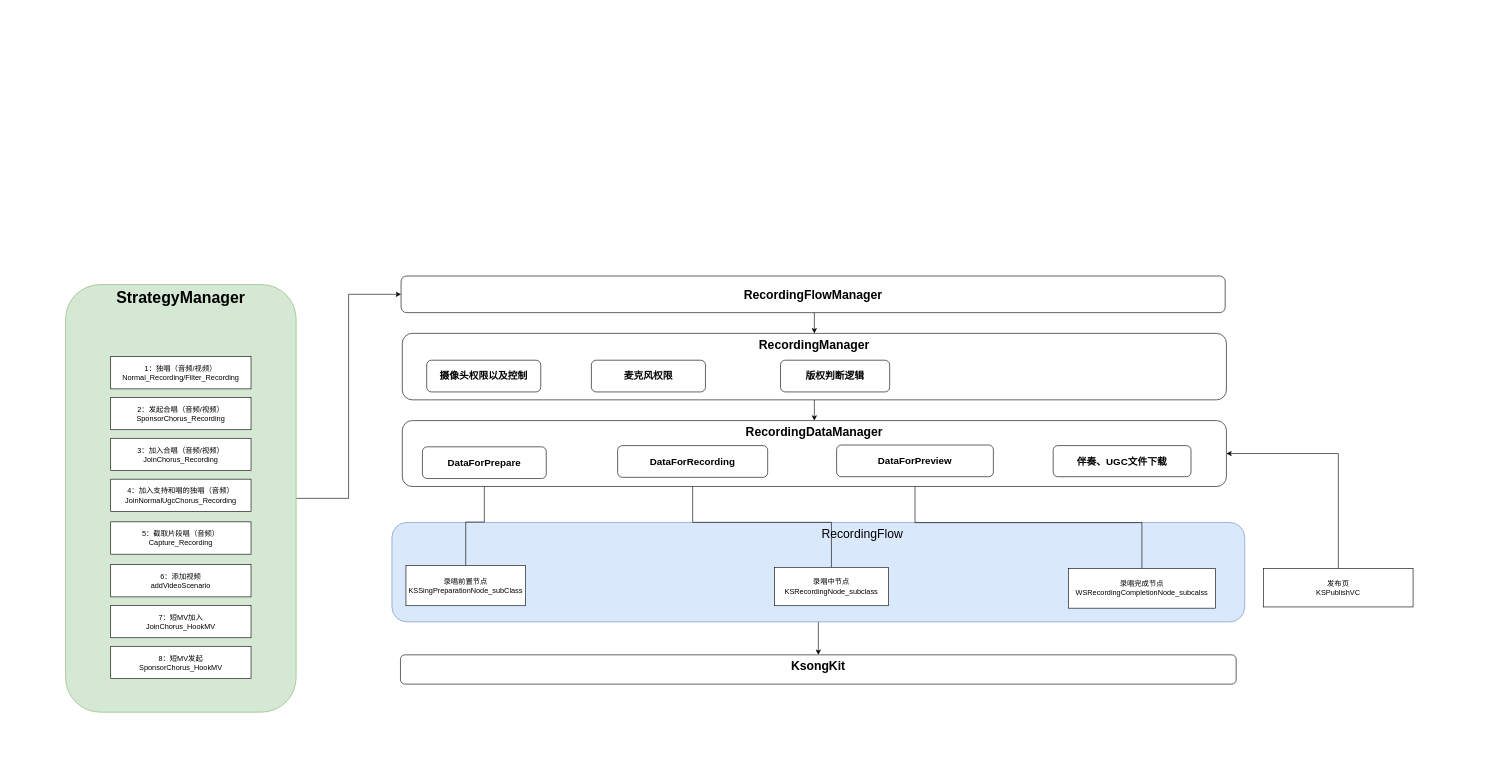
The draw.io diagram NewRecord.drawio in MolierQueen/Xmind, before the edit. Source tidied: cells renumbered, new cells numbered last; positions are measured from the earlier drawing's top-left corner, leaving out a move shared by most shapes. Both pictures are drawn from the tidied source at 61%, with x=0, y=0 at pixel (10, 223).
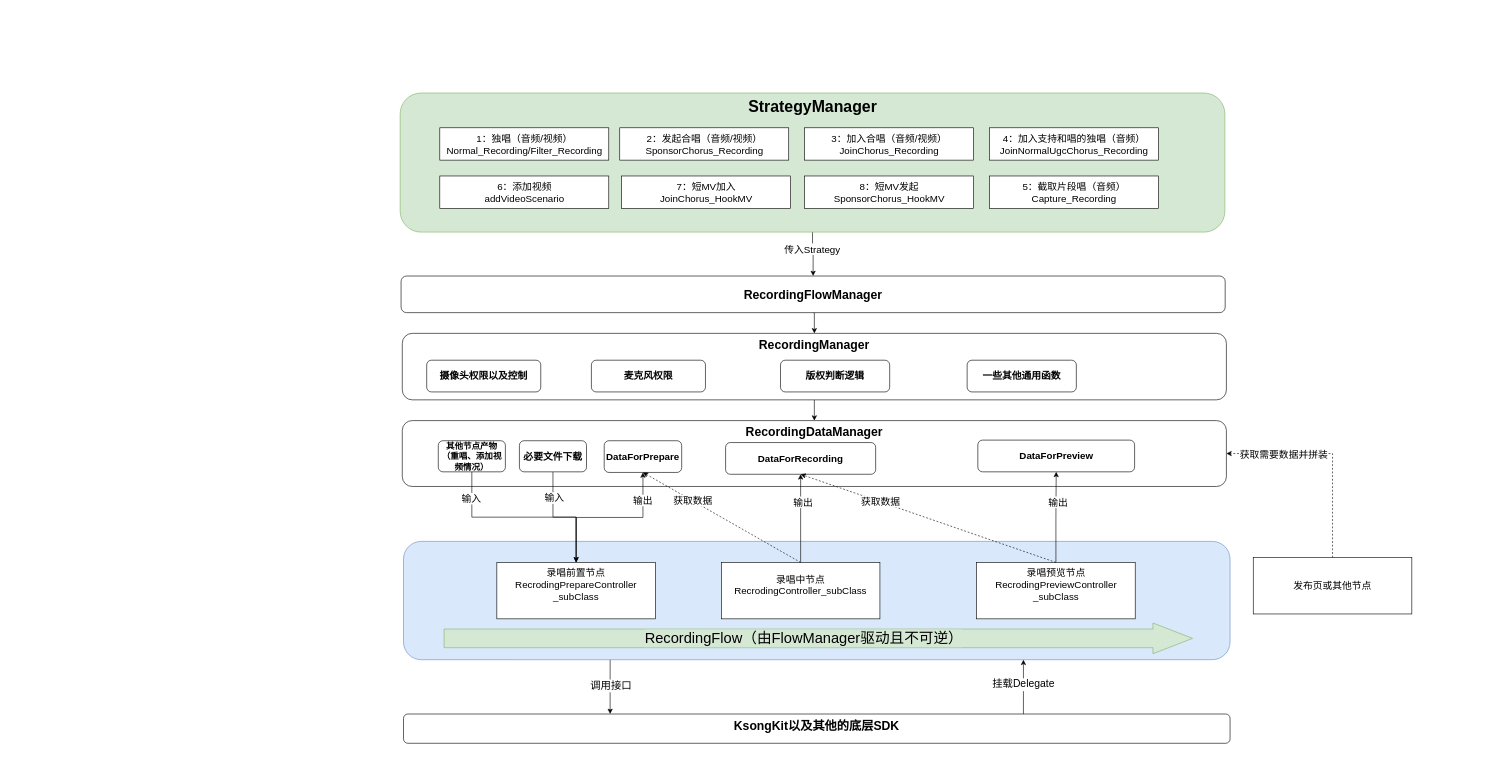
After the change.

The change refers to these unchanged cells:
```xml
<mxCell id="18" value="&lt;b&gt;&lt;font style=&quot;font-size: 20px&quot;&gt;RecordingManager&lt;/font&gt;&lt;/b&gt;" style="rounded=1;whiteSpace=wrap;html=1;verticalAlign=top;" parent="1" vertex="1">
  <mxGeometry x="642" y="180" width="1351" height="109" as="geometry" />
</mxCell>
<mxCell id="30" value="RecordingFlowManager" style="rounded=1;whiteSpace=wrap;html=1;verticalAlign=middle;fontStyle=1;fontSize=20;" parent="1" vertex="1">
  <mxGeometry x="640" y="86" width="1351" height="60" as="geometry" />
</mxCell>
```

Change to the diagram source:
```diff
@@
-    <mxCell id="2" style="edgeStyle=orthogonalEdgeStyle;rounded=0;jettySize=auto;html=1;exitX=0.5;exitY=1;exitDx=0;exitDy=0;entryX=0.5;entryY=0;entryDx=0;entryDy=0;" parent="1" edge="1" source="3" target="34">
+    <mxCell id="2" style="edgeStyle=orthogonalEdgeStyle;rounded=0;jettySize=auto;html=1;exitX=0.25;exitY=1;exitDx=0;exitDy=0;entryX=0.25;entryY=0;entryDx=0;entryDy=0;fontSize=24;endArrow=classic;endFill=1;" parent="1" edge="1" source="3" target="34">
       <mxGeometry relative="1" as="geometry" />
     </mxCell>
+    <mxCell id="42" value="调用接口" style="edgeLabel;html=1;align=center;verticalAlign=middle;fontSize=17;" parent="2" vertex="1">
+      <mxGeometry x="-0.27" relative="1" as="geometry">
+        <mxPoint x="1" y="10" as="offset" />
+      </mxGeometry>
+    </mxCell>
-    <mxCell id="3" value="&amp;nbsp; &amp;nbsp; &amp;nbsp; &amp;nbsp; &amp;nbsp; &amp;nbsp; &amp;nbsp; &amp;nbsp; &amp;nbsp; &amp;nbsp; &amp;nbsp; &amp;nbsp; &amp;nbsp; RecordingFlow" style="rounded=1;whiteSpace=wrap;html=1;fontSize=20;verticalAlign=top;fillColor=#dae8fc;strokeColor=#6c8ebf;" parent="1" vertex="1">
-      <mxGeometry x="625" y="490" width="1398" height="163" as="geometry" />
+    <mxCell id="3" style="rounded=1;whiteSpace=wrap;html=1;fontSize=20;verticalAlign=top;fillColor=#dae8fc;strokeColor=#6c8ebf;" parent="1" vertex="1">
+      <mxGeometry x="644" y="521" width="1355" height="194" as="geometry" />
     </mxCell>
+    <mxCell id="28" value="&lt;font style=&quot;font-size: 20px&quot;&gt;RecordingDataManager&lt;/font&gt;" style="rounded=1;whiteSpace=wrap;html=1;verticalAlign=top;fontStyle=1;fontSize=16;" parent="1" vertex="1">
+      <mxGeometry x="642" y="323" width="1351" height="108" as="geometry" />
+    </mxCell>
-    <mxCell id="4" style="edgeStyle=orthogonalEdgeStyle;rounded=0;jettySize=auto;html=1;exitX=1;exitY=0.5;exitDx=0;exitDy=0;entryX=0;entryY=0.5;entryDx=0;entryDy=0;" parent="1" edge="1" source="5" target="30">
+    <mxCell id="4" style="edgeStyle=orthogonalEdgeStyle;rounded=0;jettySize=auto;html=1;exitX=0.5;exitY=1;exitDx=0;exitDy=0;entryX=0.5;entryY=0;entryDx=0;entryDy=0;fontSize=16;endArrow=classic;endFill=1;" parent="1" edge="1" source="5" target="30">
       <mxGeometry relative="1" as="geometry" />
     </mxCell>
+    <mxCell id="43" value="传入Strategy" style="edgeLabel;html=1;align=center;verticalAlign=middle;fontSize=16;" parent="4" vertex="1">
+      <mxGeometry x="-0.25" y="-1" relative="1" as="geometry" />
+    </mxCell>
     <mxCell id="5" value="&lt;b&gt;&lt;font style=&quot;font-size: 26px&quot;&gt;StrategyManager&lt;/font&gt;&lt;/b&gt;" style="rounded=1;whiteSpace=wrap;html=1;verticalAlign=top;fillColor=#d5e8d4;strokeColor=#82b366;" parent="1" vertex="1">
-      <mxGeometry x="90" y="100" width="378" height="701" as="geometry" />
+      <mxGeometry x="638.5" y="-214" width="1352" height="228" as="geometry" />
     </mxCell>
-    <mxCell id="6" style="group;" parent="1" vertex="1">
-      <mxGeometry x="164" y="162" width="230" height="584" as="geometry" />
-    </mxCell>
-    <mxCell id="7" style="group;" parent="6" vertex="1">
-      <mxGeometry y="56" width="230" height="528" as="geometry" />
-    </mxCell>
-    <mxCell id="8" style="group;" parent="7" vertex="1">
-      <mxGeometry width="230" height="528" as="geometry" />
-    </mxCell>
-    <mxCell id="9" value="1：独唱（音频/视频）&#10;Normal_Recording/Filter_Recording" style="rounded=0;whiteSpace=wrap;html=1;" parent="8" vertex="1">
-      <mxGeometry width="230" height="53" as="geometry" />
-    </mxCell>
-    <mxCell id="10" value="&lt;div&gt;2：发起合唱（音频/视频）&lt;/div&gt;&lt;div&gt;SponsorChorus_Recording&lt;/div&gt;" style="rounded=0;whiteSpace=wrap;html=1;" parent="8" vertex="1">
-      <mxGeometry y="67" width="230" height="53" as="geometry" />
-    </mxCell>
-    <mxCell id="11" value="&lt;div&gt;3：加入合唱（音频/视频）&lt;/div&gt;&lt;div&gt;JoinChorus_Recording&lt;/div&gt;" style="rounded=0;whiteSpace=wrap;html=1;" parent="8" vertex="1">
-      <mxGeometry y="134" width="230" height="53" as="geometry" />
-    </mxCell>
-    <mxCell id="12" value="&lt;div&gt;4：加入支持和唱的独唱（音频）&lt;/div&gt;&lt;div&gt;JoinNormalUgcChorus_Recording&lt;/div&gt;" style="rounded=0;whiteSpace=wrap;html=1;" parent="8" vertex="1">
-      <mxGeometry y="201" width="230" height="53" as="geometry" />
-    </mxCell>
-    <mxCell id="13" value="&lt;div&gt;5：截取片段唱（音频）&lt;/div&gt;&lt;div&gt;Capture_Recording&lt;/div&gt;" style="rounded=0;whiteSpace=wrap;html=1;" parent="8" vertex="1">
-      <mxGeometry y="271" width="230" height="53" as="geometry" />
-    </mxCell>
-    <mxCell id="14" value="&lt;div&gt;6：添加视频&lt;/div&gt;&lt;div&gt;addVideoScenario&lt;/div&gt;" style="rounded=0;whiteSpace=wrap;html=1;" parent="8" vertex="1">
-      <mxGeometry y="341" width="230" height="53" as="geometry" />
-    </mxCell>
-    <mxCell id="15" value="&lt;div&gt;7：短MV加入&lt;/div&gt;&lt;div&gt;JoinChorus_HookMV&lt;/div&gt;" style="rounded=0;whiteSpace=wrap;html=1;" parent="8" vertex="1">
-      <mxGeometry y="408" width="230" height="53" as="geometry" />
-    </mxCell>
-    <mxCell id="16" value="&lt;div&gt;8：短MV发起&lt;/div&gt;&lt;div&gt;SponsorChorus_HookMV&lt;/div&gt;" style="rounded=0;whiteSpace=wrap;html=1;" parent="8" vertex="1">
-      <mxGeometry y="475" width="230" height="53" as="geometry" />
-    </mxCell>
@@
-    <mxCell id="19" style="edgeStyle=orthogonalEdgeStyle;rounded=0;jettySize=auto;html=1;exitX=0.5;exitY=0;exitDx=0;exitDy=0;" parent="1" edge="1" source="20" target="31">
+    <mxCell id="19" style="edgeStyle=orthogonalEdgeStyle;rounded=0;jettySize=auto;html=1;exitX=0.5;exitY=0;exitDx=0;exitDy=0;entryX=0.5;entryY=1;entryDx=0;entryDy=0;fontSize=16;" parent="1" edge="1" source="20" target="31">
       <mxGeometry relative="1" as="geometry" />
     </mxCell>
+    <mxCell id="44" value="输出" style="edgeLabel;html=1;align=center;verticalAlign=middle;fontSize=16;" parent="19" vertex="1">
+      <mxGeometry x="0.65" y="1" relative="1" as="geometry" />
+    </mxCell>
+    <mxCell id="27" value="摄像头权限以及控制" style="rounded=1;whiteSpace=wrap;html=1;verticalAlign=middle;fontStyle=1;fontSize=16;" parent="1" vertex="1">
+      <mxGeometry x="682" y="224" width="187" height="52" as="geometry" />
+    </mxCell>
+    <mxCell id="29" style="edgeStyle=orthogonalEdgeStyle;rounded=0;jettySize=auto;html=1;exitX=0.5;exitY=1;exitDx=0;exitDy=0;entryX=0.5;entryY=0;entryDx=0;entryDy=0;" parent="1" edge="1" source="30" target="18">
+      <mxGeometry relative="1" as="geometry" />
+    </mxCell>
-    <mxCell id="20" value="&lt;div&gt;录唱前置节点&lt;/div&gt;&lt;div&gt;KSSingPreparationNode_subClass&lt;/div&gt;" style="rounded=0;whiteSpace=wrap;html=1;" parent="1" vertex="1">
-      <mxGeometry x="648" y="560.5" width="196" height="66" as="geometry" />
+    <mxCell id="20" value="&lt;div style=&quot;font-size: 16px&quot;&gt;录唱前置节点&lt;/div&gt;&lt;div style=&quot;font-size: 16px&quot;&gt;RecrodingPrepareController&lt;/div&gt;&lt;div style=&quot;font-size: 16px&quot;&gt;_subClass&lt;/div&gt;&lt;div style=&quot;font-size: 16px&quot;&gt;&lt;br style=&quot;font-size: 16px&quot;&gt;&lt;/div&gt;" style="rounded=0;whiteSpace=wrap;html=1;fontSize=16;" parent="1" vertex="1">
+      <mxGeometry x="797" y="555.5" width="260" height="92.5" as="geometry" />
     </mxCell>
-    <mxCell id="21" style="edgeStyle=orthogonalEdgeStyle;rounded=0;jettySize=auto;html=1;exitX=0.5;exitY=0;exitDx=0;exitDy=0;entryX=0.5;entryY=1;entryDx=0;entryDy=0;" parent="1" edge="1" source="22" target="40">
-      <mxGeometry relative="1" as="geometry" />
-    </mxCell>
-    <mxCell id="22" value="录唱中节点&lt;br&gt;KSRecordingNode_subclass" style="rounded=0;whiteSpace=wrap;html=1;" parent="1" vertex="1">
-      <mxGeometry x="1252" y="563.5" width="187" height="63" as="geometry" />
-    </mxCell>
-    <mxCell id="23" style="edgeStyle=orthogonalEdgeStyle;rounded=0;jettySize=auto;html=1;exitX=0.5;exitY=0;exitDx=0;exitDy=0;entryX=0.5;entryY=1;entryDx=0;entryDy=0;" parent="1" edge="1" source="24" target="41">
-      <mxGeometry relative="1" as="geometry" />
-    </mxCell>
-    <mxCell id="24" value="录唱完成节点&lt;br&gt;WSRecordingCompletionNode_subcalss" style="rounded=0;whiteSpace=wrap;html=1;" parent="1" vertex="1">
-      <mxGeometry x="1734" y="565.5" width="241" height="65" as="geometry" />
-    </mxCell>
-    <mxCell id="25" style="edgeStyle=orthogonalEdgeStyle;rounded=0;jettySize=auto;html=1;exitX=0.5;exitY=0;exitDx=0;exitDy=0;entryX=1;entryY=0.5;entryDx=0;entryDy=0;" parent="1" edge="1" source="26" target="28">
-      <mxGeometry relative="1" as="geometry" />
-    </mxCell>
-    <mxCell id="26" value="发布页&#10;KSPublishVC" style="rounded=0;whiteSpace=wrap;html=1;" parent="1" vertex="1">
-      <mxGeometry x="2054" y="565.5" width="245" height="63" as="geometry" />
-    </mxCell>
-    <mxCell id="27" value="摄像头权限以及控制" style="rounded=1;whiteSpace=wrap;html=1;verticalAlign=middle;fontStyle=1;fontSize=16;" parent="1" vertex="1">
-      <mxGeometry x="682" y="224" width="187" height="52" as="geometry" />
-    </mxCell>
-    <mxCell id="28" value="&lt;font style=&quot;font-size: 20px&quot;&gt;RecordingDataManager&lt;/font&gt;" style="rounded=1;whiteSpace=wrap;html=1;verticalAlign=top;fontStyle=1;fontSize=16;" parent="1" vertex="1">
-      <mxGeometry x="642" y="323" width="1351" height="108" as="geometry" />
-    </mxCell>
-    <mxCell id="29" style="edgeStyle=orthogonalEdgeStyle;rounded=0;jettySize=auto;html=1;exitX=0.5;exitY=1;exitDx=0;exitDy=0;entryX=0.5;entryY=0;entryDx=0;entryDy=0;" parent="1" edge="1" source="30" target="18">
-      <mxGeometry relative="1" as="geometry" />
-    </mxCell>
@@
     <mxCell id="31" value="DataForPrepare" style="rounded=1;whiteSpace=wrap;html=1;verticalAlign=middle;fontStyle=1;fontSize=16;" parent="1" vertex="1">
-      <mxGeometry x="675" y="366" width="203" height="52" as="geometry" />
+      <mxGeometry x="973" y="356" width="127" height="52" as="geometry" />
     </mxCell>
+    <mxCell id="45" style="edgeStyle=orthogonalEdgeStyle;rounded=0;jettySize=auto;html=1;exitX=0.5;exitY=1;exitDx=0;exitDy=0;entryX=0.5;entryY=0;entryDx=0;entryDy=0;fontSize=16;" parent="1" edge="1" source="32" target="20">
+      <mxGeometry relative="1" as="geometry" />
+    </mxCell>
+    <mxCell id="46" value="输入" style="edgeLabel;html=1;align=center;verticalAlign=middle;fontSize=16;" parent="45" vertex="1">
+      <mxGeometry x="-0.55" y="1" relative="1" as="geometry" />
+    </mxCell>
-    <mxCell id="32" value="伴奏、UGC文件下载" style="rounded=1;whiteSpace=wrap;html=1;verticalAlign=middle;fontStyle=1;fontSize=16;" parent="1" vertex="1">
-      <mxGeometry x="1709" y="364" width="226" height="51" as="geometry" />
+    <mxCell id="32" value="必要文件下载" style="rounded=1;whiteSpace=wrap;html=1;verticalAlign=middle;fontStyle=1;fontSize=16;" parent="1" vertex="1">
+      <mxGeometry x="834" y="356" width="110" height="51" as="geometry" />
     </mxCell>
@@
+    <mxCell id="47" style="edgeStyle=orthogonalEdgeStyle;rounded=0;jettySize=auto;html=1;exitX=0.75;exitY=0;exitDx=0;exitDy=0;entryX=0.75;entryY=1;entryDx=0;entryDy=0;fontSize=24;endArrow=classic;endFill=1;" parent="1" edge="1" source="34" target="3">
+      <mxGeometry relative="1" as="geometry" />
+    </mxCell>
+    <mxCell id="48" value="挂载Delegate" style="edgeLabel;html=1;align=center;verticalAlign=middle;fontSize=17;" parent="47" vertex="1">
+      <mxGeometry x="0.09" y="1" relative="1" as="geometry" />
+    </mxCell>
-    <mxCell id="34" value="&lt;font style=&quot;font-size: 20px&quot;&gt;KsongKit&lt;/font&gt;" style="rounded=1;whiteSpace=wrap;html=1;verticalAlign=top;fontStyle=1;fontSize=16;" parent="1" vertex="1">
-      <mxGeometry x="639" y="707" width="1370" height="48" as="geometry" />
+    <mxCell id="34" value="&lt;font style=&quot;font-size: 20px&quot;&gt;KsongKit以及其他的底层SDK&lt;/font&gt;" style="rounded=1;whiteSpace=wrap;html=1;verticalAlign=top;fontStyle=1;fontSize=16;" parent="1" vertex="1">
+      <mxGeometry x="644" y="804" width="1355" height="48" as="geometry" />
     </mxCell>
     <mxCell id="35" value="&amp;nbsp;&amp;nbsp;" style="text;html=1;strokeColor=none;fillColor=none;align=center;verticalAlign=middle;whiteSpace=wrap;rounded=0;fontSize=20;" parent="1" vertex="1">
-      <mxGeometry y="20" width="40" height="20" as="geometry" />
+      <mxGeometry x="510" y="-347" width="40" height="20" as="geometry" />
     </mxCell>
     <mxCell id="36" value="&amp;nbsp;&amp;nbsp;" style="text;html=1;strokeColor=none;fillColor=none;align=center;verticalAlign=middle;whiteSpace=wrap;rounded=0;fontSize=20;" parent="1" vertex="1">
-      <mxGeometry y="871" width="40" height="20" as="geometry" />
+      <mxGeometry x="510" y="871" width="40" height="20" as="geometry" />
     </mxCell>
@@
     <mxCell id="38" value="&amp;nbsp;&amp;nbsp;" style="text;html=1;strokeColor=none;fillColor=none;align=center;verticalAlign=middle;whiteSpace=wrap;rounded=0;fontSize=20;" parent="1" vertex="1">
-      <mxGeometry x="2382" width="40" height="20" as="geometry" />
+      <mxGeometry x="2384" y="-343" width="40" height="20" as="geometry" />
     </mxCell>
@@
     <mxCell id="40" value="DataForRecording" style="rounded=1;whiteSpace=wrap;html=1;verticalAlign=middle;fontStyle=1;fontSize=16;" parent="1" vertex="1">
-      <mxGeometry x="995" y="364" width="246" height="52" as="geometry" />
+      <mxGeometry x="1172" y="359" width="246" height="52" as="geometry" />
     </mxCell>
     <mxCell id="41" value="DataForPreview" style="rounded=1;whiteSpace=wrap;html=1;verticalAlign=middle;fontStyle=1;fontSize=16;" parent="1" vertex="1">
-      <mxGeometry x="1354" y="363" width="257" height="52" as="geometry" />
+      <mxGeometry x="1585.5" y="355" width="257" height="52" as="geometry" />
     </mxCell>
+    <mxCell id="49" style="edgeStyle=orthogonalEdgeStyle;rounded=0;jettySize=auto;html=1;exitX=0.5;exitY=0;exitDx=0;exitDy=0;fontSize=16;" parent="1" edge="1" source="51" target="40">
+      <mxGeometry relative="1" as="geometry" />
+    </mxCell>
+    <mxCell id="50" value="输出" style="edgeLabel;html=1;align=center;verticalAlign=middle;fontSize=16;" parent="49" vertex="1">
+      <mxGeometry x="0.37" y="-3" relative="1" as="geometry" />
+    </mxCell>
+    <mxCell id="51" value="&lt;div style=&quot;font-size: 16px&quot;&gt;录唱中节点&lt;/div&gt;&lt;div style=&quot;font-size: 16px&quot;&gt;RecrodingController_subClass&lt;/div&gt;&lt;div style=&quot;font-size: 16px&quot;&gt;&lt;br style=&quot;font-size: 16px&quot;&gt;&lt;/div&gt;" style="rounded=0;whiteSpace=wrap;html=1;fontSize=16;" parent="1" vertex="1">
+      <mxGeometry x="1165" y="555.5" width="260" height="92.5" as="geometry" />
+    </mxCell>
+    <mxCell id="52" style="edgeStyle=orthogonalEdgeStyle;rounded=0;jettySize=auto;html=1;exitX=0.5;exitY=0;exitDx=0;exitDy=0;entryX=0.5;entryY=1;entryDx=0;entryDy=0;fontSize=16;" parent="1" edge="1" source="54" target="41">
+      <mxGeometry relative="1" as="geometry" />
+    </mxCell>
+    <mxCell id="53" value="输出" style="edgeLabel;html=1;align=center;verticalAlign=middle;fontSize=16;" parent="52" vertex="1">
+      <mxGeometry x="0.34" y="-2" relative="1" as="geometry" />
+    </mxCell>
+    <mxCell id="54" value="&lt;div style=&quot;font-size: 16px&quot;&gt;录唱预览节点&lt;/div&gt;&lt;div style=&quot;font-size: 16px&quot;&gt;RecrodingPreviewController&lt;/div&gt;&lt;div style=&quot;font-size: 16px&quot;&gt;_subClass&lt;/div&gt;&lt;div style=&quot;font-size: 16px&quot;&gt;&lt;br style=&quot;font-size: 16px&quot;&gt;&lt;/div&gt;" style="rounded=0;whiteSpace=wrap;html=1;fontSize=16;" parent="1" vertex="1">
+      <mxGeometry x="1583.5" y="555.5" width="260" height="92.5" as="geometry" />
+    </mxCell>
+    <mxCell id="55" style="edgeStyle=orthogonalEdgeStyle;rounded=0;jettySize=auto;html=1;exitX=0.5;exitY=0;exitDx=0;exitDy=0;entryX=1;entryY=0.5;entryDx=0;entryDy=0;fontSize=16;dashed=1;" parent="1" edge="1" source="57" target="28">
+      <mxGeometry relative="1" as="geometry" />
+    </mxCell>
+    <mxCell id="56" value="获取需要数据并拼装" style="edgeLabel;html=1;align=center;verticalAlign=middle;fontSize=16;" parent="55" vertex="1">
+      <mxGeometry x="0.71" y="4" relative="1" as="geometry">
+        <mxPoint x="44" y="-4" as="offset" />
+      </mxGeometry>
+    </mxCell>
+    <mxCell id="57" value="&lt;div style=&quot;font-size: 16px&quot;&gt;发布页或其他节点&lt;/div&gt;" style="rounded=0;whiteSpace=wrap;html=1;fontSize=16;" parent="1" vertex="1">
+      <mxGeometry x="2037" y="547.5" width="260" height="92.5" as="geometry" />
+    </mxCell>
+    <mxCell id="58" style="edgeStyle=orthogonalEdgeStyle;rounded=0;jettySize=auto;html=1;exitX=0.5;exitY=1;exitDx=0;exitDy=0;entryX=0.5;entryY=0;entryDx=0;entryDy=0;fontSize=16;" parent="1" edge="1" source="60" target="20">
+      <mxGeometry relative="1" as="geometry" />
+    </mxCell>
+    <mxCell id="59" value="输入" style="edgeLabel;html=1;align=center;verticalAlign=middle;fontSize=16;" parent="58" vertex="1">
+      <mxGeometry x="-0.73" y="-2" relative="1" as="geometry" />
+    </mxCell>
+    <mxCell id="60" value="其他节点产物&lt;br style=&quot;font-size: 14px;&quot;&gt;（重唱、添加视频情况）" style="rounded=1;whiteSpace=wrap;html=1;verticalAlign=middle;fontStyle=1;fontSize=14;" parent="1" vertex="1">
+      <mxGeometry x="701" y="356" width="110" height="51" as="geometry" />
+    </mxCell>
+    <mxCell id="61" style="endArrow=classic;html=1;fontSize=16;entryX=0.5;entryY=1;entryDx=0;entryDy=0;exitX=0.5;exitY=0;exitDx=0;exitDy=0;dashed=1;" parent="1" edge="1" source="51" target="31">
+      <mxGeometry relative="1" as="geometry" />
+    </mxCell>
+    <mxCell id="62" value="获取数据" style="edgeLabel;html=1;align=center;verticalAlign=middle;fontSize=16;" parent="61" vertex="1">
+      <mxGeometry x="0.38" y="-1" relative="1" as="geometry" />
+    </mxCell>
+    <mxCell id="63" style="endArrow=classic;html=1;fontSize=16;entryX=0.5;entryY=1;entryDx=0;entryDy=0;exitX=0.5;exitY=0;exitDx=0;exitDy=0;dashed=1;endFill=1;" parent="1" edge="1" source="54" target="40">
+      <mxGeometry relative="1" as="geometry" />
+    </mxCell>
+    <mxCell id="64" value="获取数据" style="edgeLabel;html=1;align=center;verticalAlign=middle;fontSize=16;" parent="63" vertex="1">
+      <mxGeometry x="0.38" y="-1" relative="1" as="geometry" />
+    </mxCell>
+    <mxCell id="9" value="1：独唱（音频/视频）&#10;Normal_Recording/Filter_Recording" style="rounded=0;whiteSpace=wrap;html=1;fontSize=16;" parent="1" vertex="1">
+      <mxGeometry x="703.5" y="-157" width="277" height="53" as="geometry" />
+    </mxCell>
+    <mxCell id="10" value="&lt;div style=&quot;font-size: 16px;&quot;&gt;2：发起合唱（音频/视频）&lt;/div&gt;&lt;div style=&quot;font-size: 16px;&quot;&gt;SponsorChorus_Recording&lt;/div&gt;" style="rounded=0;whiteSpace=wrap;html=1;fontSize=16;" parent="1" vertex="1">
+      <mxGeometry x="998.5" y="-157" width="277" height="53" as="geometry" />
+    </mxCell>
+    <mxCell id="11" value="&lt;div style=&quot;font-size: 16px;&quot;&gt;3：加入合唱（音频/视频）&lt;/div&gt;&lt;div style=&quot;font-size: 16px;&quot;&gt;JoinChorus_Recording&lt;/div&gt;" style="rounded=0;whiteSpace=wrap;html=1;fontSize=16;" parent="1" vertex="1">
+      <mxGeometry x="1301.5" y="-157" width="277" height="53" as="geometry" />
+    </mxCell>
+    <mxCell id="12" value="&lt;div style=&quot;font-size: 16px;&quot;&gt;4：加入支持和唱的独唱（音频）&lt;/div&gt;&lt;div style=&quot;font-size: 16px;&quot;&gt;JoinNormalUgcChorus_Recording&lt;/div&gt;" style="rounded=0;whiteSpace=wrap;html=1;fontSize=16;" parent="1" vertex="1">
+      <mxGeometry x="1604.5" y="-157" width="277" height="53" as="geometry" />
+    </mxCell>
+    <mxCell id="13" value="&lt;div style=&quot;font-size: 16px;&quot;&gt;5：截取片段唱（音频）&lt;/div&gt;&lt;div style=&quot;font-size: 16px;&quot;&gt;Capture_Recording&lt;/div&gt;" style="rounded=0;whiteSpace=wrap;html=1;fontSize=16;" parent="1" vertex="1">
+      <mxGeometry x="1604.5" y="-78" width="277" height="53" as="geometry" />
+    </mxCell>
+    <mxCell id="14" value="&lt;div style=&quot;font-size: 16px;&quot;&gt;6：添加视频&lt;/div&gt;&lt;div style=&quot;font-size: 16px;&quot;&gt;addVideoScenario&lt;/div&gt;" style="rounded=0;whiteSpace=wrap;html=1;fontSize=16;" parent="1" vertex="1">
+      <mxGeometry x="703.5" y="-78" width="277" height="53" as="geometry" />
+    </mxCell>
+    <mxCell id="65" style="shape=flexArrow;endArrow=classic;html=1;fontSize=16;fillColor=#d5e8d4;strokeColor=#82b366;endWidth=18.823529411764707;endSize=21.294117647058826;width=30.58823529411765;" parent="1" edge="1">
+      <mxGeometry relative="1" as="geometry">
+        <mxPoint x="710" y="680" as="sourcePoint" />
+        <mxPoint x="1938" y="680" as="targetPoint" />
+      </mxGeometry>
+    </mxCell>
+    <mxCell id="66" value="&lt;span style=&quot;font-size: 24px&quot;&gt;RecordingFlow（由FlowManager驱动且不可逆）&lt;/span&gt;" style="edgeLabel;html=1;align=center;verticalAlign=middle;fontSize=24;labelBackgroundColor=#D5E8D4;" parent="65" vertex="1">
+      <mxGeometry x="-0.04" y="-1" relative="1" as="geometry">
+        <mxPoint y="-2" as="offset" />
+      </mxGeometry>
+    </mxCell>
+    <mxCell id="15" value="&lt;div style=&quot;font-size: 16px;&quot;&gt;7：短MV加入&lt;/div&gt;&lt;div style=&quot;font-size: 16px;&quot;&gt;JoinChorus_HookMV&lt;/div&gt;" style="rounded=0;whiteSpace=wrap;html=1;fontSize=16;" parent="1" vertex="1">
+      <mxGeometry x="1001.5" y="-78" width="277" height="53" as="geometry" />
+    </mxCell>
+    <mxCell id="16" value="&lt;div style=&quot;font-size: 16px;&quot;&gt;8：短MV发起&lt;/div&gt;&lt;div style=&quot;font-size: 16px;&quot;&gt;SponsorChorus_HookMV&lt;/div&gt;" style="rounded=0;whiteSpace=wrap;html=1;fontSize=16;" parent="1" vertex="1">
+      <mxGeometry x="1301.5" y="-78" width="277" height="53" as="geometry" />
+    </mxCell>
+    <mxCell id="67" value="一些其他通用函数" style="rounded=1;whiteSpace=wrap;html=1;verticalAlign=middle;fontStyle=1;fontSize=16;" parent="1" vertex="1">
+      <mxGeometry x="1568" y="224" width="179" height="52" as="geometry" />
+    </mxCell>
```
